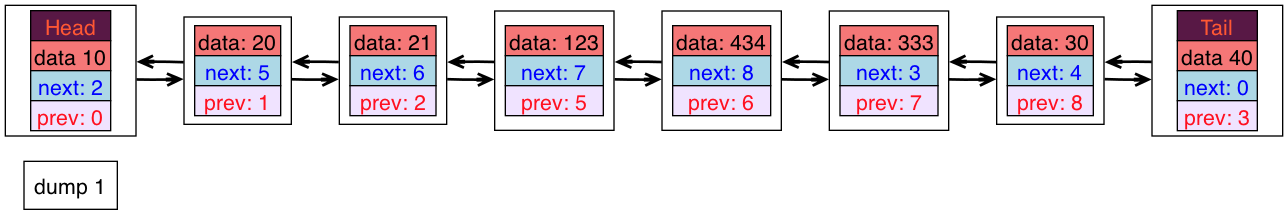
This is dot_example.dot.png from xmickos/List, a Graphviz export, as it was before one commit. Its source is kept beside it as dot_example.dot.
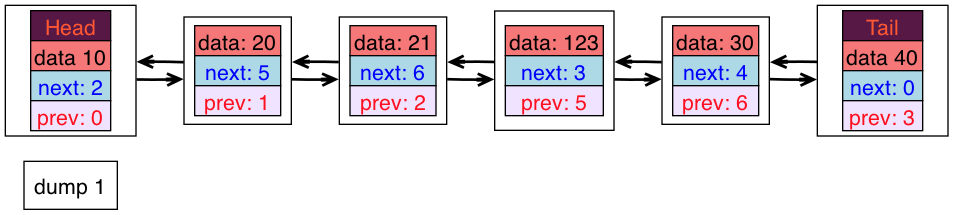
Above is the later version.

Commit message:
Any num of graph dumps + html graph output.

The edit, as a diff of the source:
```diff
@@ -18,6 +18,113 @@
 
 
 "watermark node" [ label = "dump 1"
+shape=record];
+
+
+"node 1" [
+ label=<
+ <table border="0" cellborder="1" cellspacing="0">
+ <tr><td bgcolor="#581845"><font color="#FF5733">Head</font></td></tr>
+ <tr><td bgcolor="#f57777">data 10</td></tr>
+ <tr><td bgcolor="lightblue"><font color="#0000ff">next: 2</font></td></tr>
+ <tr><td bgcolor="#f0e3ff"><font color="#ff1020">prev: 0</font></td></tr>
+ </table>>
+ ];
+
+
+"node 2" [
+ label=<
+ <table border="0" cellborder="1" cellspacing="0">
+ <tr><td bgcolor="#f57777">data: 20</td></tr>
+ <tr><td bgcolor="lightblue"><font color="#0000ff">next: 5</font></td></tr>
+ <tr><td bgcolor="#f0e3ff"><font color="#ff1020">prev: 1</font></td></tr>
+ </table>>
+ ];
+
+
+"node 5" [
+ label=<
+ <table border="0" cellborder="1" cellspacing="0">
+ <tr><td bgcolor="#f57777">data: 21</td></tr>
+ <tr><td bgcolor="lightblue"><font color="#0000ff">next: 6</font></td></tr>
+ <tr><td bgcolor="#f0e3ff"><font color="#ff1020">prev: 2</font></td></tr>
+ </table>>
+ ];
+
+
+"node 6" [
+ label=<
+ <table border="0" cellborder="1" cellspacing="0">
+ <tr><td bgcolor="#f57777">data: 123</td></tr>
+ <tr><td bgcolor="lightblue"><font color="#0000ff">next: 3</font></td></tr>
+ <tr><td bgcolor="#f0e3ff"><font color="#ff1020">prev: 5</font></td></tr>
+ </table>>
+ ];
+
+
+"node 3" [
+ label=<
+ <table border="0" cellborder="1" cellspacing="0">
+ <tr><td bgcolor="#f57777">data: 30</td></tr>
+ <tr><td bgcolor="lightblue"><font color="#0000ff">next: 4</font></td></tr>
+ <tr><td bgcolor="#f0e3ff"><font color="#ff1020">prev: 6</font></td></tr>
+ </table>>
+ ];
+
+
+"node 4" [
+ label=<
+ <table border="0" cellborder="1" cellspacing="0">
+ <tr><td bgcolor="#581845"><font color="#FF5733">Tail</font></td></tr>
+ <tr><td bgcolor="#f57777">data 40</td></tr>
+ <tr><td bgcolor="lightblue"><font color="#0000ff">next: 0</font></td></tr>
+ <tr><td bgcolor="#f0e3ff"><font color="#ff1020">prev: 3</font></td></tr>
+ </table>>
+ ];
+
+"node 1" -> "node 2"
+
+"node 2" -> "node 5"
+
+"node 5" -> "node 6"
+
+"node 6" -> "node 3"
+
+"node 3" -> "node 4"
+
+"node 2" -> "node 1"
+
+"node 5" -> "node 2"
+
+"node 6" -> "node 5"
+
+"node 3" -> "node 6"
+
+"node 4" -> "node 3"
+
+
+}
+
+digraph g {
+ fontname="Helvetica,Arial,sans-serif"
+ node [fontname="Helvetica,Arial,sans-serif"]
+ edge [fontname="Helvetica,Arial,sans-serif"]
+ graph [
+ rankdir = "LR"
+ ];
+node [
+ fontsize = "16"
+ shape = "square"
+ ];
+
+edge [
+ style="solid"
+ arrowhead="vee"
+ penwidth=2
+ ];
+
+
+"watermark node" [ label = "dump 2"
 shape=record];
 
 
@@ -132,3 +239,138 @@
 
 
 }
+
+digraph g {
+ fontname="Helvetica,Arial,sans-serif"
+ node [fontname="Helvetica,Arial,sans-serif"]
+ edge [fontname="Helvetica,Arial,sans-serif"]
+ graph [
+ rankdir = "LR"
+ ];
+node [
+ fontsize = "16"
+ shape = "square"
+ ];
+
+edge [
+ style="solid"
+ arrowhead="vee"
+ penwidth=2
+ ];
+
+
+"watermark node" [ label = "dump 3"
+shape=record];
+
+
+"node 1" [
+ label=<
+ <table border="0" cellborder="1" cellspacing="0">
+ <tr><td bgcolor="#581845"><font color="#FF5733">Head</font></td></tr>
+ <tr><td bgcolor="#f57777">data 10</td></tr>
+ <tr><td bgcolor="lightblue"><font color="#0000ff">next: 2</font></td></tr>
+ <tr><td bgcolor="#f0e3ff"><font color="#ff1020">prev: 0</font></td></tr>
+ </table>>
+ ];
+
+
+"node 2" [
+ label=<
+ <table border="0" cellborder="1" cellspacing="0">
+ <tr><td bgcolor="#f57777">data: 20</td></tr>
+ <tr><td bgcolor="lightblue"><font color="#0000ff">next: 5</font></td></tr>
+ <tr><td bgcolor="#f0e3ff"><font color="#ff1020">prev: 1</font></td></tr>
+ </table>>
+ ];
+
+
+"node 5" [
+ label=<
+ <table border="0" cellborder="1" cellspacing="0">
+ <tr><td bgcolor="#f57777">data: 21</td></tr>
+ <tr><td bgcolor="lightblue"><font color="#0000ff">next: 6</font></td></tr>
+ <tr><td bgcolor="#f0e3ff"><font color="#ff1020">prev: 2</font></td></tr>
+ </table>>
+ ];
+
+
+"node 6" [
+ label=<
+ <table border="0" cellborder="1" cellspacing="0">
+ <tr><td bgcolor="#f57777">data: 123</td></tr>
+ <tr><td bgcolor="lightblue"><font color="#0000ff">next: 7</font></td></tr>
+ <tr><td bgcolor="#f0e3ff"><font color="#ff1020">prev: 5</font></td></tr>
+ </table>>
+ ];
+
+
+"node 7" [
+ label=<
+ <table border="0" cellborder="1" cellspacing="0">
+ <tr><td bgcolor="#f57777">data: 434</td></tr>
+ <tr><td bgcolor="lightblue"><font color="#0000ff">next: 8</font></td></tr>
+ <tr><td bgcolor="#f0e3ff"><font color="#ff1020">prev: 6</font></td></tr>
+ </table>>
+ ];
+
+
+"node 8" [
+ label=<
+ <table border="0" cellborder="1" cellspacing="0">
+ <tr><td bgcolor="#f57777">data: 333</td></tr>
+ <tr><td bgcolor="lightblue"><font color="#0000ff">next: 3</font></td></tr>
+ <tr><td bgcolor="#f0e3ff"><font color="#ff1020">prev: 7</font></td></tr>
+ </table>>
+ ];
+
+
+"node 3" [
+ label=<
+ <table border="0" cellborder="1" cellspacing="0">
+ <tr><td bgcolor="#f57777">data: 30</td></tr>
+ <tr><td bgcolor="lightblue"><font color="#0000ff">next: 4</font></td></tr>
+ <tr><td bgcolor="#f0e3ff"><font color="#ff1020">prev: 8</font></td></tr>
+ </table>>
+ ];
+
+
+"node 4" [
+ label=<
+ <table border="0" cellborder="1" cellspacing="0">
+ <tr><td bgcolor="#581845"><font color="#FF5733">Tail</font></td></tr>
+ <tr><td bgcolor="#f57777">data 40</td></tr>
+ <tr><td bgcolor="lightblue"><font color="#0000ff">next: 0</font></td></tr>
+ <tr><td bgcolor="#f0e3ff"><font color="#ff1020">prev: 3</font></td></tr>
+ </table>>
+ ];
+
+"node 1" -> "node 2"
+
+"node 2" -> "node 5"
+
+"node 5" -> "node 6"
+
+"node 6" -> "node 7"
+
+"node 7" -> "node 8"
+
+"node 8" -> "node 3"
+
+"node 3" -> "node 4"
+
+"node 2" -> "node 1"
+
+"node 5" -> "node 2"
+
+"node 6" -> "node 5"
+
+"node 7" -> "node 6"
+
+"node 8" -> "node 7"
+
+"node 3" -> "node 8"
+
+"node 4" -> "node 3"
+
+
+}
```
